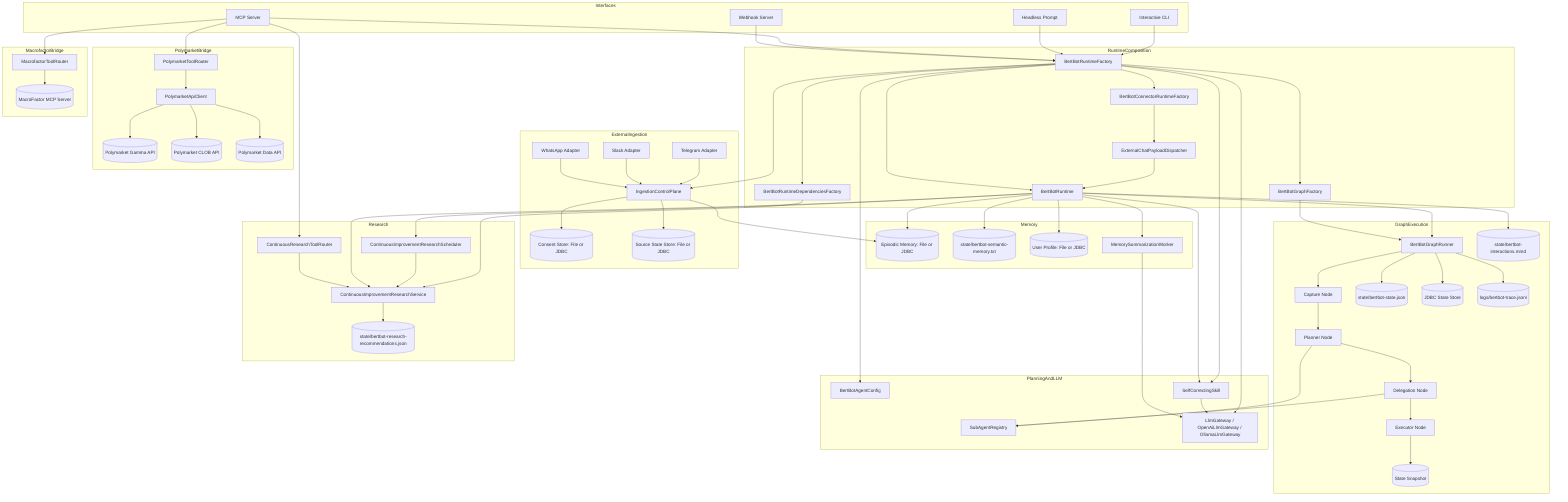
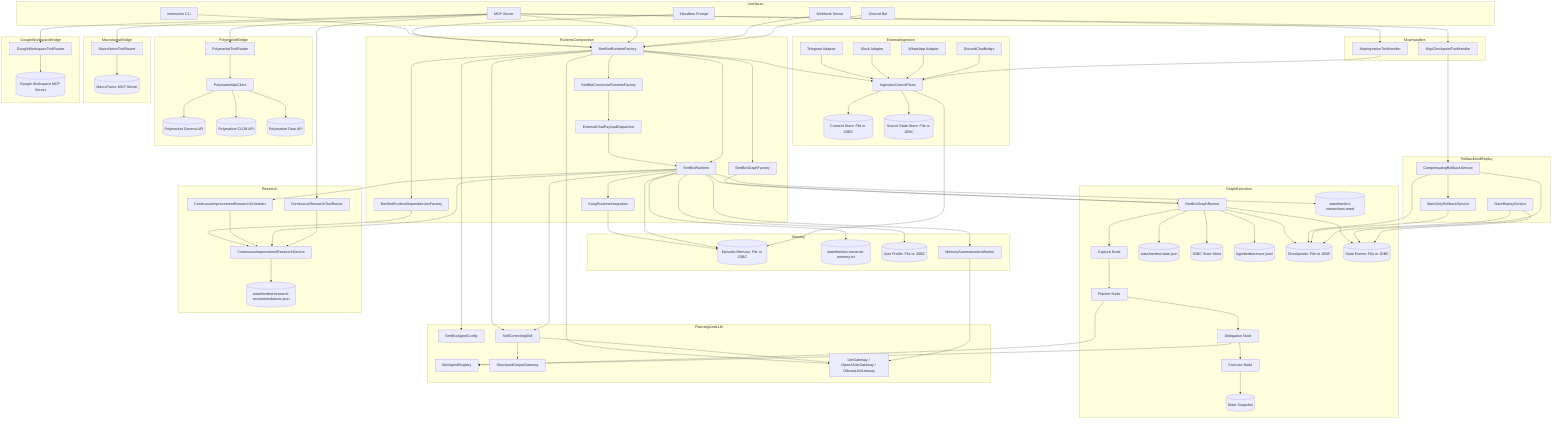
```mermaid
flowchart TD
    subgraph Interfaces
        CLI[Interactive CLI]
        Headless[Headless Prompt]
        MCP[MCP Server]
        Webhook[Webhook Server]
+         Discord[Discord Bot]
    end

    subgraph RuntimeComposition
        RuntimeFactory[BertBotRuntimeFactory]
        RuntimeCore[BertBotRuntime]
        GraphFactory[BertBotGraphFactory]
        ConnectorFactory[BertBotConnectorRuntimeFactory]
        ResearchFactory[BertBotRuntimeDependenciesFactory]
        PayloadDispatcher[ExternalChatPayloadDispatcher]
+         KoogIntegration[KoogRuntimeIntegration]
    end

    subgraph GraphExecution
        Runner[BertBotGraphRunner]
        Capture[Capture Node]
        Planner[Planner Node]
        Delegate[Delegation Node]
        Execute[Executor Node]
        State[(State Snapshot)]
        StateFile[(state/bertbot-state.json)]
        JdbcState[(JDBC State Store)]
        TraceFile[(logs/bertbot-trace.jsonl)]
        DiagramFile[(state/bertbot-interactions.mmd)]
+         CheckpointStore[(Checkpoints: File or JDBC)]
+         StateEventStore[(State Events: File or JDBC)]
+     end
+ 
+     subgraph RollbackAndReplay
+         CompensatingRollback[CompensatingRollbackService]
+         StateOnlyRollback[StateOnlyRollbackService]
+         StateReplay[StateReplayService]
    end

    subgraph PlanningAndLLM
        Config[BertBotAgentConfig]
        Registry[SubAgentRegistry]
        Skill[SelfCorrectingSkill]
+         StructuredOutput[StructuredOutputGateway]
        LLM[LlmGateway / OpenAiLlmGateway / OllamaLlmGateway]
    end

    subgraph Memory
        Episodic[(Episodic Memory: File or JDBC)]
        Semantic[(state/bertbot-semantic-memory.txt)]
        Profile[(User Profile: File or JDBC)]
        Summarizer[MemorySummarizationWorker]
    end

    subgraph ExternalIngestion
        Control[IngestionControlPlane]
        Consent[(Consent Store: File or JDBC)]
        SourceState[(Source State Store: File or JDBC)]
        Telegram[Telegram Adapter]
        Slack[Slack Adapter]
        WhatsApp[WhatsApp Adapter]
+         DiscordBridge[DiscordChatBridge]
+     end
+ 
+     subgraph McpHandlers
+         CheckpointHandler[McpCheckpointToolHandler]
+         IngestionHandler[McpIngestionToolHandler]
    end

    subgraph PolymarketBridge
        PolymarketToolRouter[PolymarketToolRouter]
        PolymarketApiClient[PolymarketApiClient]
        PolymarketGamma[(Polymarket Gamma API)]
        PolymarketCLOB[(Polymarket CLOB API)]
        PolymarketData[(Polymarket Data API)]
    end

    subgraph Research
        ResearchService[ContinuousImprovementResearchService]
        ResearchScheduler[ContinuousImprovementResearchScheduler]
        ResearchRouter[ContinuousResearchToolRouter]
        ResearchStore[(state/bertbot-research-recommendations.json)]
    end

    subgraph MacrofactorBridge
        MacrofactorToolRouter[MacrofactorToolRouter]
        MacrofactorMcp[(MacroFactor MCP Server)]
    end

+     subgraph GoogleWorkspaceBridge
+         GoogleWorkspaceToolRouter[GoogleWorkspaceToolRouter]
+         GoogleWorkspaceMcp[(Google Workspace MCP Server)]
+     end
+ 
    CLI --> RuntimeFactory
    Headless --> RuntimeFactory
    MCP --> RuntimeFactory
    Webhook --> RuntimeFactory
+     Discord --> RuntimeFactory
    RuntimeFactory --> ConnectorFactory
    RuntimeFactory --> ResearchFactory
    ConnectorFactory --> PayloadDispatcher
    PayloadDispatcher --> RuntimeCore

    RuntimeFactory --> RuntimeCore
    RuntimeFactory --> GraphFactory
    RuntimeFactory --> Skill
    RuntimeFactory --> LLM
    RuntimeFactory --> Control
    RuntimeFactory --> Config
+     RuntimeCore --> KoogIntegration
+     KoogIntegration --> Episodic
    ResearchFactory --> ResearchService
    ResearchService --> ResearchStore
    ResearchScheduler --> ResearchService

    RuntimeCore --> Runner
    GraphFactory --> Runner
    Runner --> Capture --> Planner --> Delegate --> Execute
    Execute --> State
    Runner --> StateFile
    Runner --> JdbcState
    Runner --> TraceFile
+     Runner --> CheckpointStore
+     Runner --> StateEventStore
    RuntimeCore --> DiagramFile
+ 
+     CompensatingRollback --> StateOnlyRollback
+     CompensatingRollback --> CheckpointStore
+     CompensatingRollback --> StateEventStore
+     StateOnlyRollback --> CheckpointStore
+     StateReplay --> CheckpointStore
+     StateReplay --> StateEventStore

    Planner --> Registry
    Delegate --> Registry
    Skill --> LLM
+     Skill --> StructuredOutput
    RuntimeCore --> Skill

    RuntimeCore --> Episodic
    RuntimeCore --> Semantic
    RuntimeCore --> Profile
    RuntimeCore --> Summarizer
    Summarizer --> LLM
    RuntimeCore --> ResearchService
    RuntimeCore --> ResearchScheduler

    Telegram --> Control
    Slack --> Control
    WhatsApp --> Control
+     DiscordBridge --> Control
    Control --> Consent
    Control --> SourceState
    Control --> Episodic
+ 
+     MCP --> CheckpointHandler
+     MCP --> IngestionHandler
+     CheckpointHandler --> CompensatingRollback
+     IngestionHandler --> Control

    MCP --> PolymarketToolRouter
    PolymarketToolRouter --> PolymarketApiClient
    PolymarketApiClient --> PolymarketGamma
    PolymarketApiClient --> PolymarketCLOB
    PolymarketApiClient --> PolymarketData

    MCP --> ResearchRouter
    ResearchRouter --> ResearchService

    MCP --> MacrofactorToolRouter
    MacrofactorToolRouter --> MacrofactorMcp
+ 
+     MCP --> GoogleWorkspaceToolRouter
+     GoogleWorkspaceToolRouter --> GoogleWorkspaceMcp
```
